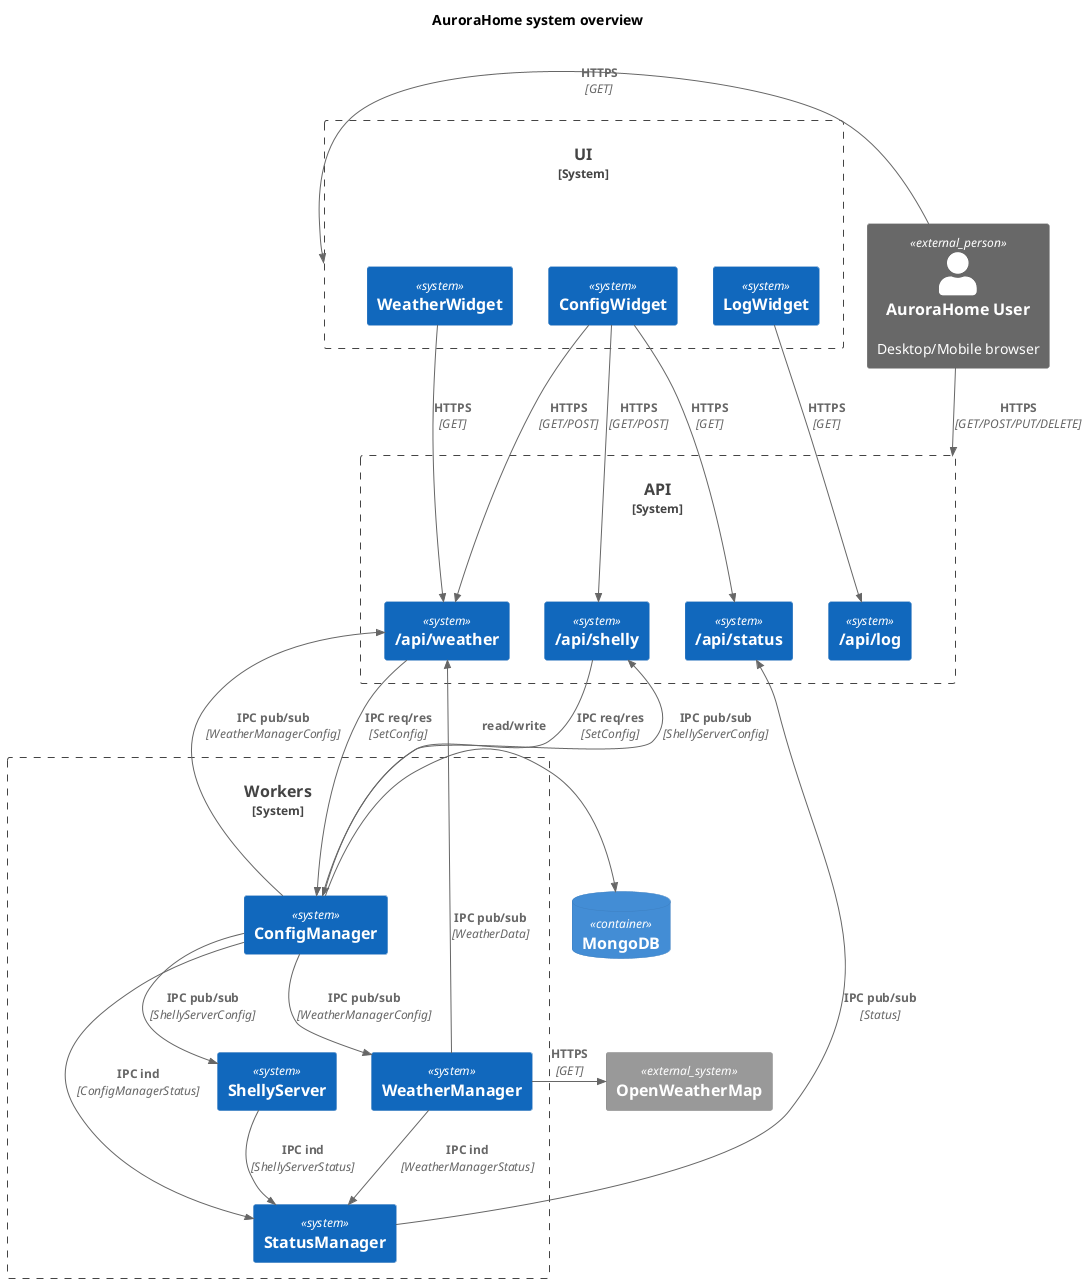
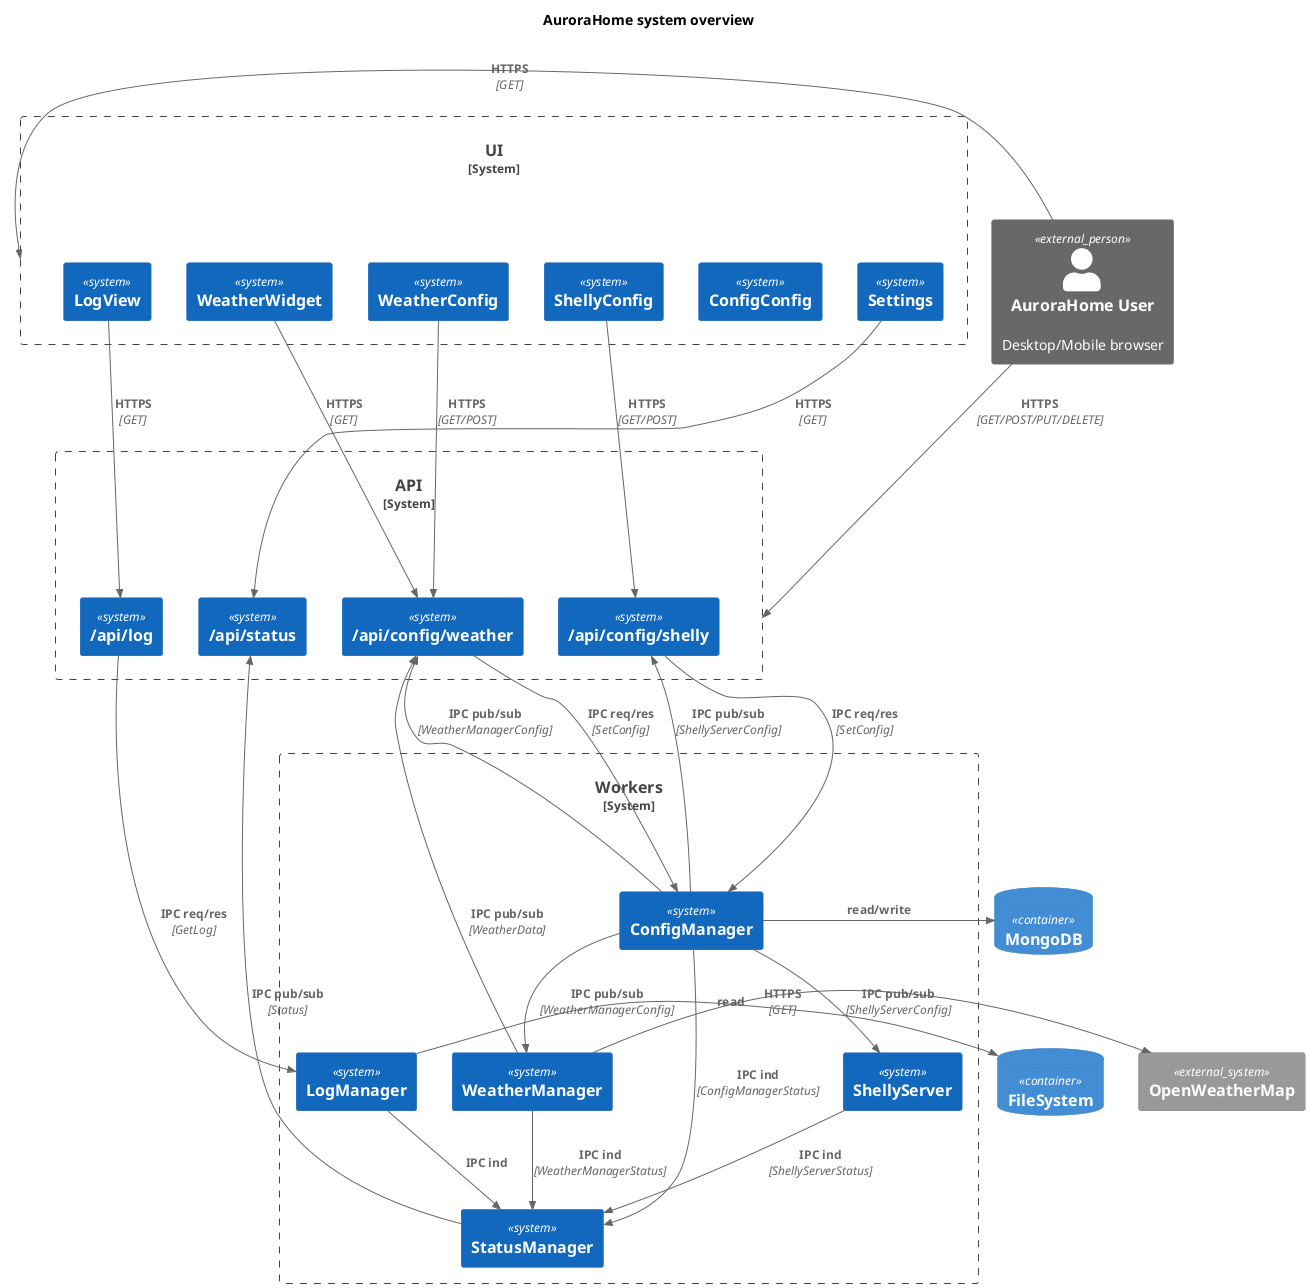
@startuml
!include <C4/C4_Container.puml>

title AuroraHome system overview

Person_Ext(User, "AuroraHome User", "Desktop/Mobile browser")
System_Ext(OpenWeatherMap, "OpenWeatherMap", "")
ContainerDb(MongoDb, "MongoDB", "")
+ ContainerDb(FileSystem, "FileSystem", "")

System_Boundary(Ui, "UI") {
-   System(ConfigWidget, "ConfigWidget", "")
+   System(Settings, "Settings", "")
+   System(ConfigConfig, "ConfigConfig", "")
+   System(ShellyConfig, "ShellyConfig", "")
+   System(WeatherConfig, "WeatherConfig", "")
+   System(LogView, "LogView", "")
  System(WeatherWidget, "WeatherWidget", "")
-   System(LogWidget, "LogWidget", "")
}

System_Boundary(Api, "API") {
  System(StatusApi, "/api/status", "")
-   System(WeatherApi, "/api/weather", "")
-   System(ShellyApi, "/api/shelly", "")
+   System(WeatherApi, "/api/config/weather", "")
+   System(ShellyApi, "/api/config/shelly", "")
  System(LogApi, "/api/log", "")
}

System_Boundary(Workers, "Workers") {
  System(StatusManager, "StatusManager", "")
  System(ConfigManager, "ConfigManager", "")
  System(WeatherManager, "WeatherManager", "")
+   System(LogManager, "LogManager", "")
  System(ShellyServer, "ShellyServer", "")
}

Rel_D(User, Api, "HTTPS", "GET/POST/PUT/DELETE")
Rel_L(User, Ui, "HTTPS", "GET")

- Rel_D(ConfigWidget, StatusApi, "HTTPS", "GET")
- Rel_D(ConfigWidget, WeatherApi, "HTTPS", "GET/POST")
+ Rel_D(Settings, StatusApi, "HTTPS", "GET")
+ Rel_D(WeatherConfig, WeatherApi, "HTTPS", "GET/POST")
Rel_D(WeatherWidget, WeatherApi, "HTTPS", "GET")
- Rel_D(ConfigWidget, ShellyApi, "HTTPS", "GET/POST")
- Rel_D(LogWidget, LogApi, "HTTPS", "GET")
+ Rel_D(ShellyConfig, ShellyApi, "HTTPS", "GET/POST")
+ Rel_D(LogView, LogApi, "HTTPS", "GET")

Rel_U(WeatherManager, WeatherApi, "IPC pub/sub", "WeatherData")
Rel_D(WeatherApi, ConfigManager, "IPC req/res", "SetConfig")
Rel_D(ShellyApi, ConfigManager, "IPC req/res", "SetConfig")
+ Rel_D(LogApi, LogManager, "IPC req/res", "GetLog")

Rel_D(ConfigManager, WeatherManager, "IPC pub/sub", "WeatherManagerConfig")
Rel_U(ConfigManager, WeatherApi, "IPC pub/sub", "WeatherManagerConfig")
Rel_D(ConfigManager, ShellyServer, "IPC pub/sub", "ShellyServerConfig")
Rel_U(ConfigManager, ShellyApi, "IPC pub/sub", "ShellyServerConfig")

Rel_D(ConfigManager, StatusManager, "IPC ind", "ConfigManagerStatus")
Rel_D(WeatherManager, StatusManager, "IPC ind", "WeatherManagerStatus")
+ Rel_D(LogManager, StatusManager, "IPC ind", "")
Rel_D(ShellyServer, StatusManager, "IPC ind", "ShellyServerStatus")
Rel_U(StatusManager, StatusApi, "IPC pub/sub", "Status")

Rel_R(ConfigManager, MongoDb, "read/write")
+ Rel_R(LogManager, FileSystem, "read")
Rel_R(WeatherManager, OpenWeatherMap, "HTTPS", "GET")

@enduml
